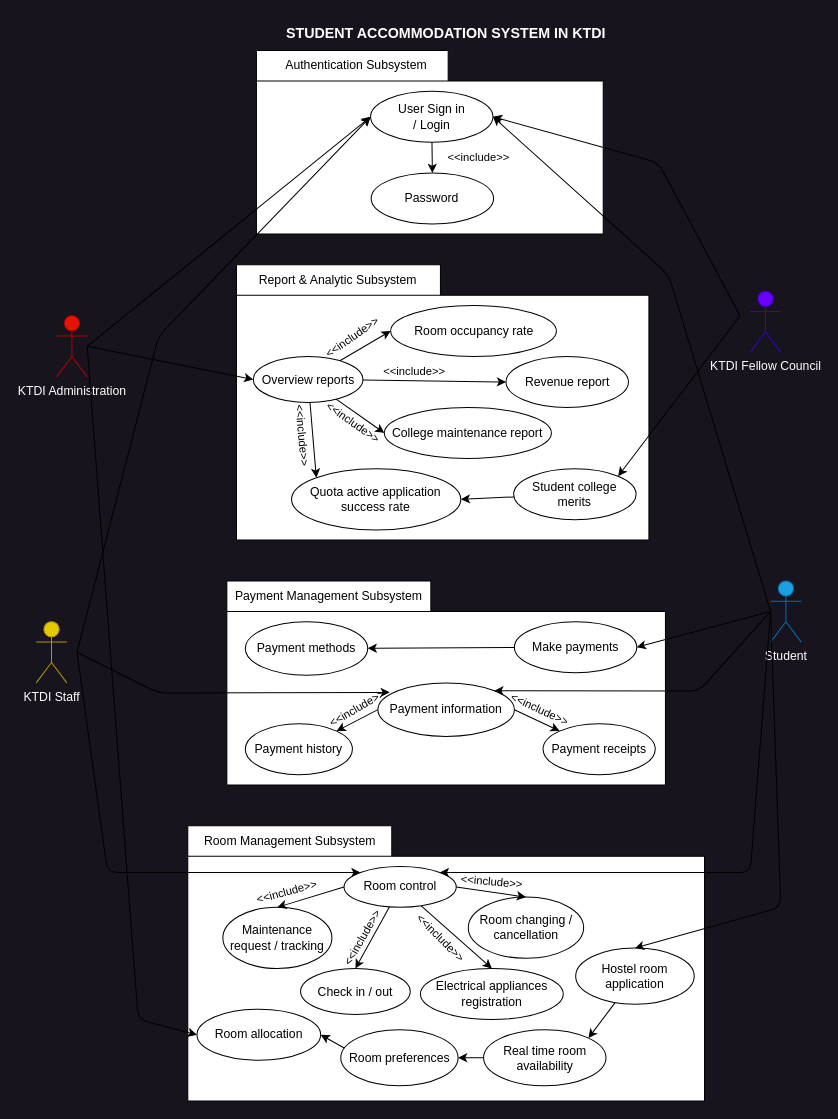
Above: page "use_case1" (1 of 4) of project/drawio/stakeholder/UML.drawio in drshahizan/software-engineering (draw.io), before the change. Source tidied: cells renumbered, new cells numbered last; positions are measured from the earlier drawing's top-left corner, leaving out a move shared by most shapes. Both pictures are drawn from the tidied source at 102%, with x=0, y=0 at pixel (36, 17).
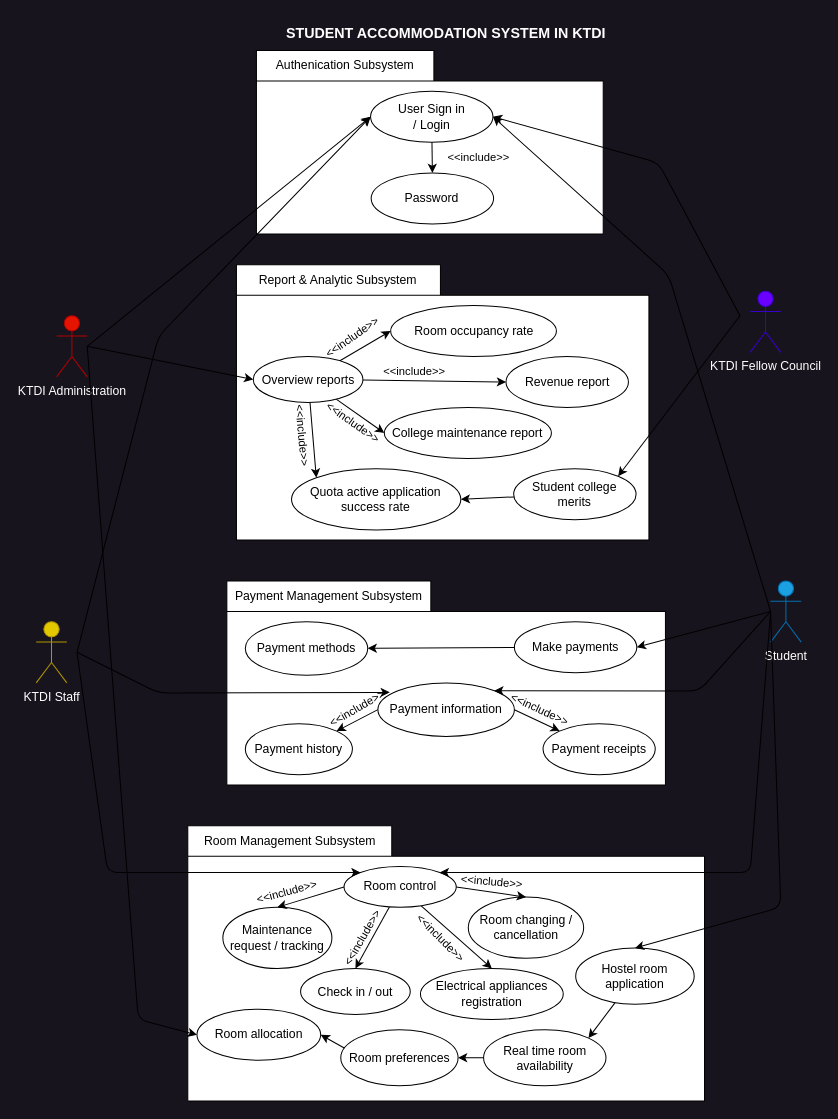
Above is the later version.

The edit, as a diff of the source:
```diff
@@
-    <mxCell id="7" style="shape=folder;fontStyle=1;tabWidth=188;tabHeight=30;tabPosition=left;html=1;boundedLbl=1;" parent="1" vertex="1">
+    <mxCell id="7" style="shape=folder;fontStyle=1;tabWidth=174;tabHeight=30;tabPosition=left;html=1;boundedLbl=1;" parent="1" vertex="1">
       <mxGeometry x="215.9" y="32" width="340" height="180" as="geometry" />
     </mxCell>
@@
-    <mxCell id="9" value="Authentication Subsystem" style="text;html=1;strokeColor=none;fillColor=none;align=center;verticalAlign=middle;whiteSpace=wrap;rounded=0;" parent="1" vertex="1">
-      <mxGeometry x="214" y="32" width="200" height="30" as="geometry" />
+    <mxCell id="9" value="Authenication Subsystem" style="text;html=1;strokeColor=none;fillColor=none;align=center;verticalAlign=middle;whiteSpace=wrap;rounded=0;" parent="1" vertex="1">
+      <mxGeometry x="209.6" y="32" width="186" height="30" as="geometry" />
     </mxCell>
```
